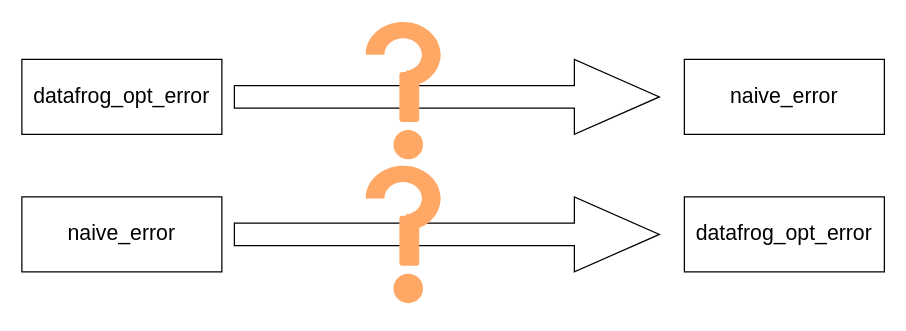
Above: presentation/do2naive_question.drawio in lengyijun/polonius-proof (draw.io), before the change. Source tidied: cells renumbered, new cells numbered last; positions are measured from the earlier drawing's top-left corner, leaving out a move shared by most shapes. Both pictures are drawn from the tidied source at 125%, with x=0, y=0 at pixel (21, 21).
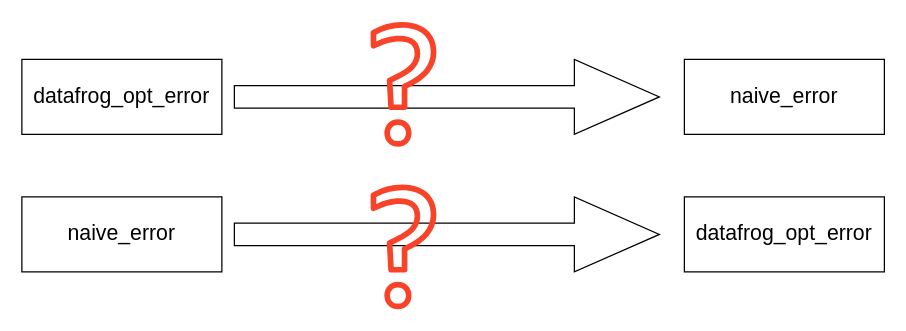
After the change.

Diff of the diagram source:
```diff
@@
 <mxGraphModel>
   <root>
     <mxCell id="0" />
     <mxCell id="1" parent="0" />
     <mxCell id="2" value="naive_error" style="rounded=0;whiteSpace=wrap;html=1;fontSize=17;" parent="1" vertex="1">
       <mxGeometry y="140" width="160" height="60" as="geometry" />
     </mxCell>
     <mxCell id="3" value="datafrog_opt_error" style="rounded=0;whiteSpace=wrap;html=1;fontSize=17;" parent="1" vertex="1">
       <mxGeometry x="530" y="140" width="160" height="60" as="geometry" />
     </mxCell>
     <mxCell id="4" style="shape=singleArrow;whiteSpace=wrap;html=1;fontSize=17;" parent="1" vertex="1">
       <mxGeometry x="170" y="140" width="340" height="60" as="geometry" />
     </mxCell>
     <mxCell id="5" value="datafrog_opt_error" style="rounded=0;whiteSpace=wrap;html=1;fontSize=17;" parent="1" vertex="1">
       <mxGeometry y="30" width="160" height="60" as="geometry" />
     </mxCell>
     <mxCell id="6" value="naive_error" style="rounded=0;whiteSpace=wrap;html=1;fontSize=17;" parent="1" vertex="1">
       <mxGeometry x="530" y="30" width="160" height="60" as="geometry" />
     </mxCell>
     <mxCell id="7" style="shape=singleArrow;whiteSpace=wrap;html=1;fontSize=17;" parent="1" vertex="1">
       <mxGeometry x="170" y="30" width="340" height="60" as="geometry" />
     </mxCell>
-    <mxCell id="8" style="group;fillColor=none;" parent="1" vertex="1">
-      <mxGeometry x="275" width="60" height="110" as="geometry" />
-    </mxCell>
-    <mxCell id="9" style="group;" parent="8" vertex="1">
-      <mxGeometry width="60" height="100" as="geometry" />
-    </mxCell>
-    <mxCell id="10" style="verticalLabelPosition=bottom;verticalAlign=top;html=1;shape=mxgraph.basic.partConcEllipse;startAngle=0.25;endAngle=0.9786695449795314;arcWidth=0.5;rotation=-180;fillColor=#FFA866;strokeColor=none;" parent="9" vertex="1">
-      <mxGeometry width="60" height="52.4" as="geometry" />
-    </mxCell>
-    <mxCell id="11" style="rounded=1;whiteSpace=wrap;html=1;fillColor=#FFA866;strokeColor=none;" parent="9" vertex="1">
-      <mxGeometry x="27" y="40" width="15.9" height="40" as="geometry" />
-    </mxCell>
-    <mxCell id="12" style="ellipse;whiteSpace=wrap;html=1;fillColor=#FFA866;strokeColor=none;" parent="8" vertex="1">
-      <mxGeometry x="22.3" y="86.4" width="23.6" height="23.6" as="geometry" />
-    </mxCell>
-    <mxCell id="13" style="group;fillColor=none;" parent="1" vertex="1">
-      <mxGeometry x="275" y="115" width="60" height="110" as="geometry" />
-    </mxCell>
-    <mxCell id="14" style="group;" parent="13" vertex="1">
-      <mxGeometry width="60" height="100" as="geometry" />
-    </mxCell>
-    <mxCell id="15" style="verticalLabelPosition=bottom;verticalAlign=top;html=1;shape=mxgraph.basic.partConcEllipse;startAngle=0.25;endAngle=0.9786695449795314;arcWidth=0.5;rotation=-180;fillColor=#FFA866;strokeColor=none;" parent="14" vertex="1">
-      <mxGeometry width="60" height="52.4" as="geometry" />
-    </mxCell>
-    <mxCell id="16" style="rounded=1;whiteSpace=wrap;html=1;fillColor=#FFA866;strokeColor=none;" parent="14" vertex="1">
-      <mxGeometry x="27" y="40" width="15.9" height="40" as="geometry" />
-    </mxCell>
-    <mxCell id="17" style="ellipse;whiteSpace=wrap;html=1;fillColor=#FFA866;strokeColor=none;" parent="13" vertex="1">
-      <mxGeometry x="22.3" y="86.4" width="23.6" height="23.6" as="geometry" />
-    </mxCell>
+    <mxCell id="18" style="sketch=0;fillColor=#F84328;strokeColor=default;dashed=0;verticalLabelPosition=bottom;verticalAlign=top;align=center;html=1;fontSize=12;fontStyle=0;shape=mxgraph.aws4.question;" parent="1" vertex="1">
+      <mxGeometry x="279" width="52.6" height="100" as="geometry" />
+    </mxCell>
+    <mxCell id="19" style="sketch=0;fillColor=#F84328;strokeColor=default;dashed=0;verticalLabelPosition=bottom;verticalAlign=top;align=center;html=1;fontSize=12;fontStyle=0;shape=mxgraph.aws4.question;" parent="1" vertex="1">
+      <mxGeometry x="279" y="130" width="52.6" height="100" as="geometry" />
+    </mxCell>
   </root>
 </mxGraphModel>
```
